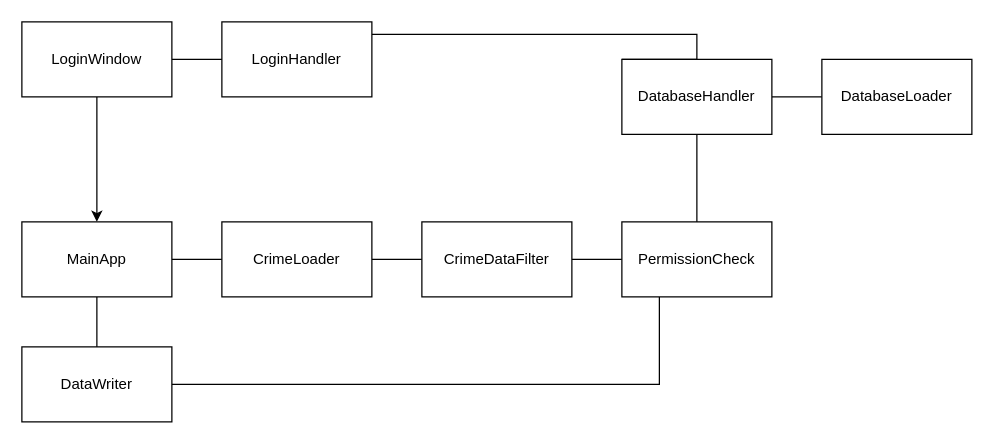
Earlier version of the draw.io diagram diagrams/ClassDiagram.drawio (tatjanarusso/CriminalRecords). Source tidied: cells renumbered, new cells numbered last; positions are measured from the earlier drawing's top-left corner, leaving out a move shared by most shapes. Both pictures are drawn from the tidied source at 125%, with x=0, y=0 at pixel (21, 21).
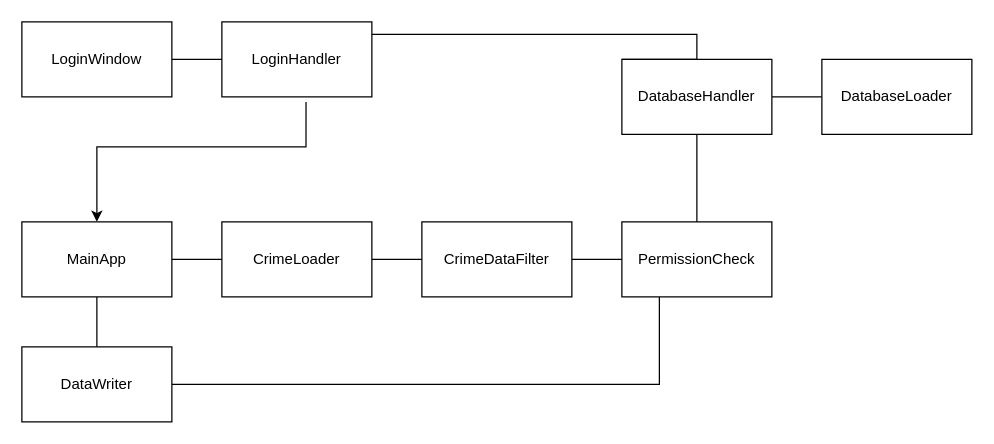
The same diagram, later.

Unchanged cells that the change refers to:
```xml
<mxCell id="3" value="LoginHandler" style="rounded=0;whiteSpace=wrap;html=1;" parent="1" vertex="1">
  <mxGeometry x="160" width="120" height="60" as="geometry" />
</mxCell>
<mxCell id="9" value="LoginWindow" style="rounded=0;whiteSpace=wrap;html=1;" parent="1" vertex="1">
  <mxGeometry width="120" height="60" as="geometry" />
</mxCell>
<mxCell id="12" value="MainApp" style="rounded=0;whiteSpace=wrap;html=1;" parent="1" vertex="1">
  <mxGeometry y="160" width="120" height="60" as="geometry" />
</mxCell>
```

What changed in the source:
```diff
@@
-    <mxCell id="8" style="edgeStyle=orthogonalEdgeStyle;rounded=0;jettySize=auto;html=1;entryX=0.5;entryY=0;entryDx=0;entryDy=0;" parent="1" edge="1" source="9" target="12">
-      <mxGeometry relative="1" as="geometry" />
+    <mxCell id="8" style="edgeStyle=orthogonalEdgeStyle;rounded=0;jettySize=auto;html=1;entryX=0.5;entryY=0;entryDx=0;entryDy=0;exitX=0.561;exitY=1.067;exitDx=0;exitDy=0;exitPerimeter=0;" parent="1" edge="1" source="3" target="12">
+      <mxGeometry relative="1" as="geometry">
+        <Array as="points">
+          <mxPoint x="227" y="100" />
+          <mxPoint x="60" y="100" />
+        </Array>
+      </mxGeometry>
     </mxCell>
```
